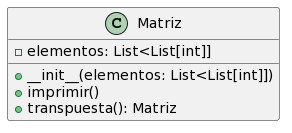
Before: plant UML/ejercicio1.png, a diagram exported from PlantUML (crltsnch/Principios-generales). Source of this version:
```plantuml
@startuml
class Matriz {
  - elementos: List<List[int]]
  + __init__(elementos: List<List[int]])
  + imprimir()
  + transpuesta(): Matriz
}
@enduml
```
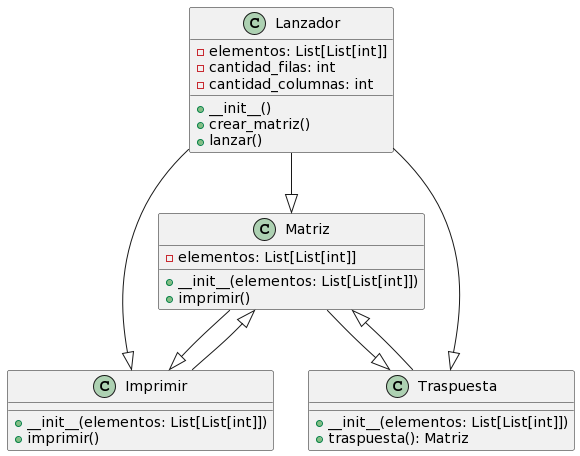
Above is the later version.

Change to the diagram source:
```diff
@@ -1,8 +1,34 @@
 @startuml
 class Matriz {
-  - elementos: List<List[int]]
-  + __init__(elementos: List<List[int]])
+  - elementos: List[List[int]]
+  + __init__(elementos: List[List[int]])
   + imprimir()
-  + transpuesta(): Matriz
 }
+
+class Imprimir {
+  + __init__(elementos: List[List[int]])
+  + imprimir()
+}
+
+class Traspuesta {
+  + __init__(elementos: List[List[int]])
+  + traspuesta(): Matriz
+}
+
+class Lanzador {
+  - elementos: List[List[int]]
+  - cantidad_filas: int
+  - cantidad_columnas: int
+  + __init__()
+  + crear_matriz()
+  + lanzar()
+}
+
+Matriz --|> Imprimir
+Matriz --|> Traspuesta
+Imprimir --|> Matriz
+Traspuesta --|> Matriz
+Lanzador --|> Matriz
+Lanzador --|> Imprimir
+Lanzador --|> Traspuesta
 @enduml
```
